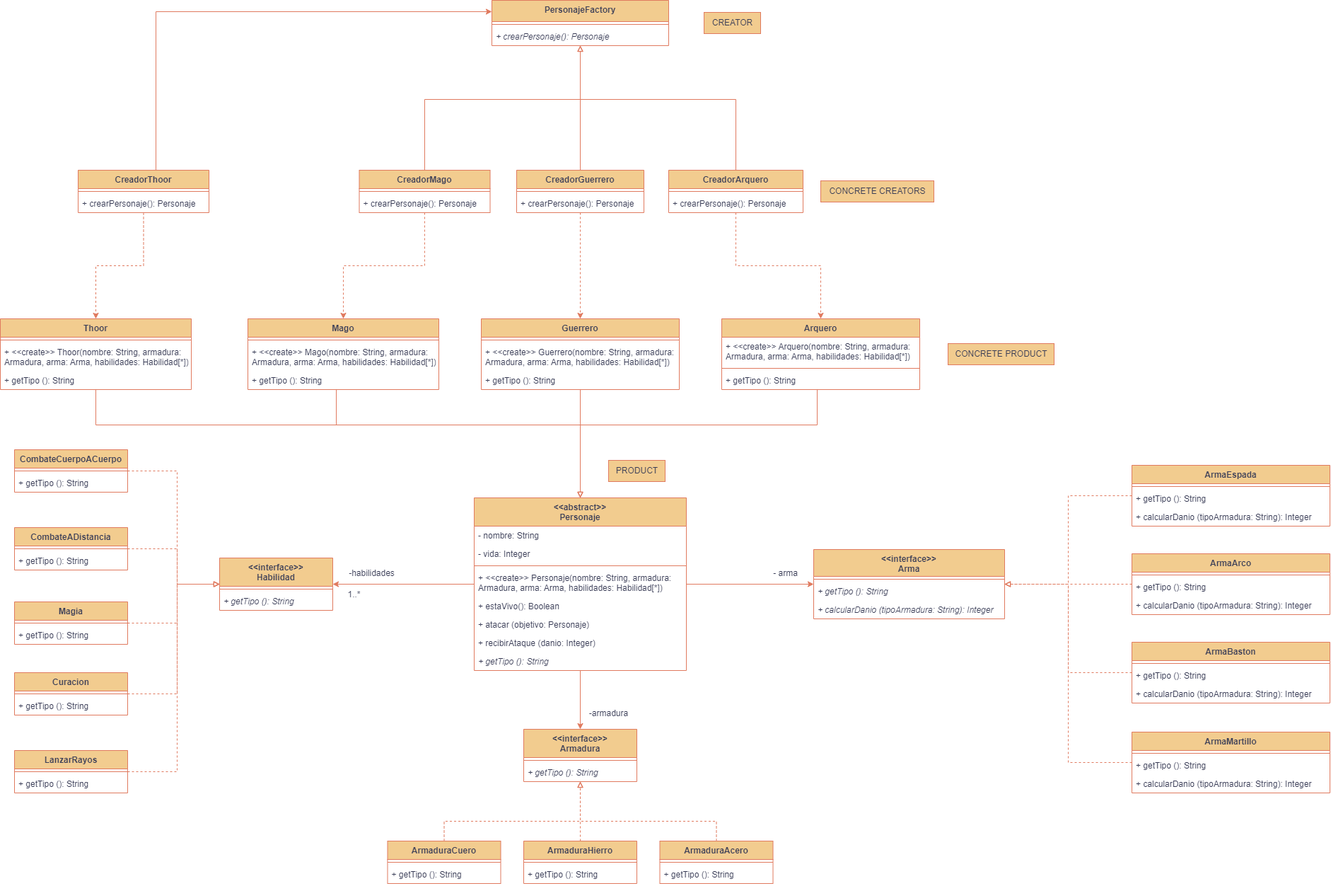
The draw.io diagram PRACTICAS/UML/Punto19b-UML.png in agusrnfr/OO2, before a commit. Source tidied: cells renumbered, new cells last; positions are measured from the earlier drawing's top-left corner, leaving out a move shared by most shapes.
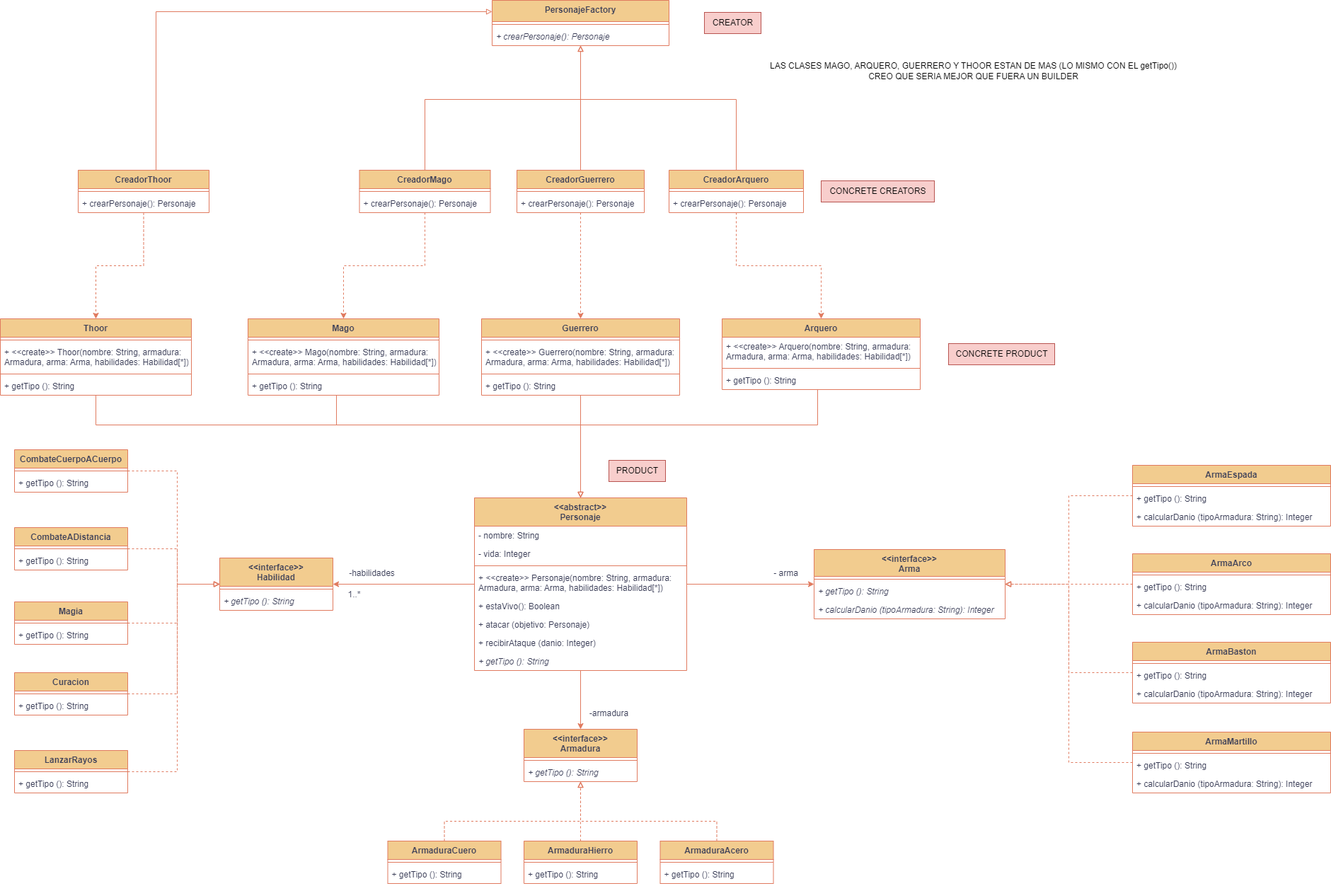
Later version of the same file.

What changed in the source:
```diff
@@ -56,7 +56,7 @@
       </mxGeometry>
     </mxCell>
     <mxCell id="18" value="Mago" style="swimlane;fontStyle=1;align=center;verticalAlign=top;horizontal=1;startSize=26;labelBackgroundColor=none;fillColor=#F2CC8F;strokeColor=#E07A5F;fontColor=#393C56;" parent="1" vertex="1">
-      <mxGeometry x="350" y="450" width="270" height="100" as="geometry" />
+      <mxGeometry x="350" y="450" width="270" height="108" as="geometry" />
     </mxCell>
     <mxCell id="19" style="line;strokeWidth=1;fillColor=none;align=left;verticalAlign=middle;spacingTop=-1;spacingLeft=3;spacingRight=3;labelPosition=right;strokeColor=#E07A5F;labelBackgroundColor=none;fontColor=#393C56;" parent="18" vertex="1">
       <mxGeometry y="26" width="270" height="8" as="geometry" />
@@ -64,14 +64,17 @@
     <mxCell id="20" value="+ &lt;&lt;create&gt;&gt; Mago(nombre: String, armadura: &#10;Armadura, arma: Arma, habilidades: Habilidad[*])" style="text;strokeColor=none;fillColor=none;align=left;verticalAlign=top;spacingLeft=4;spacingRight=4;overflow=hidden;fontStyle=0;labelBackgroundColor=none;fontColor=#393C56;" parent="18" vertex="1">
       <mxGeometry y="34" width="270" height="40" as="geometry" />
     </mxCell>
+    <mxCell id="127" style="line;strokeWidth=1;fillColor=none;align=left;verticalAlign=middle;spacingTop=-1;spacingLeft=3;spacingRight=3;labelPosition=right;strokeColor=#E07A5F;labelBackgroundColor=none;fontColor=#393C56;" parent="18" vertex="1">
+      <mxGeometry y="74" width="270" height="8" as="geometry" />
+    </mxCell>
     <mxCell id="21" value="+ getTipo (): String" style="text;strokeColor=none;fillColor=none;align=left;verticalAlign=top;spacingLeft=4;spacingRight=4;overflow=hidden;fontStyle=0;labelBackgroundColor=none;fontColor=#393C56;" parent="18" vertex="1">
-      <mxGeometry y="74" width="270" height="26" as="geometry" />
+      <mxGeometry y="82" width="270" height="26" as="geometry" />
     </mxCell>
     <mxCell id="22" style="edgeStyle=orthogonalEdgeStyle;rounded=0;jettySize=auto;html=1;endArrow=block;endFill=0;labelBackgroundColor=none;strokeColor=#E07A5F;fontColor=default;" parent="1" edge="1" source="23" target="8">
       <mxGeometry relative="1" as="geometry" />
     </mxCell>
     <mxCell id="23" value="Guerrero" style="swimlane;fontStyle=1;align=center;verticalAlign=top;horizontal=1;startSize=26;labelBackgroundColor=none;fillColor=#F2CC8F;strokeColor=#E07A5F;fontColor=#393C56;" parent="1" vertex="1">
-      <mxGeometry x="680" y="450" width="280" height="100" as="geometry" />
+      <mxGeometry x="680" y="450" width="280" height="108" as="geometry" />
     </mxCell>
     <mxCell id="24" style="line;strokeWidth=1;fillColor=none;align=left;verticalAlign=middle;spacingTop=-1;spacingLeft=3;spacingRight=3;labelPosition=right;strokeColor=#E07A5F;labelBackgroundColor=none;fontColor=#393C56;" parent="23" vertex="1">
       <mxGeometry y="26" width="280" height="8" as="geometry" />
@@ -79,8 +82,11 @@
     <mxCell id="25" value="+ &lt;&lt;create&gt;&gt; Guerrero(nombre: String, armadura: &#10;Armadura, arma: Arma, habilidades: Habilidad[*])" style="text;strokeColor=none;fillColor=none;align=left;verticalAlign=top;spacingLeft=4;spacingRight=4;overflow=hidden;fontStyle=0;labelBackgroundColor=none;fontColor=#393C56;" parent="23" vertex="1">
       <mxGeometry y="34" width="280" height="40" as="geometry" />
     </mxCell>
+    <mxCell id="128" style="line;strokeWidth=1;fillColor=none;align=left;verticalAlign=middle;spacingTop=-1;spacingLeft=3;spacingRight=3;labelPosition=right;strokeColor=#E07A5F;labelBackgroundColor=none;fontColor=#393C56;" parent="23" vertex="1">
+      <mxGeometry y="74" width="280" height="8" as="geometry" />
+    </mxCell>
     <mxCell id="26" value="+ getTipo (): String" style="text;strokeColor=none;fillColor=none;align=left;verticalAlign=top;spacingLeft=4;spacingRight=4;overflow=hidden;fontStyle=0;labelBackgroundColor=none;fontColor=#393C56;" parent="23" vertex="1">
-      <mxGeometry y="74" width="280" height="26" as="geometry" />
+      <mxGeometry y="82" width="280" height="26" as="geometry" />
     </mxCell>
     <mxCell id="27" style="edgeStyle=orthogonalEdgeStyle;rounded=0;jettySize=auto;html=1;entryX=0.5;entryY=0;entryDx=0;entryDy=0;endArrow=block;endFill=0;labelBackgroundColor=none;strokeColor=#E07A5F;fontColor=default;" parent="1" edge="1" source="28" target="8">
       <mxGeometry relative="1" as="geometry">
@@ -368,19 +374,19 @@
     <mxCell id="103" value="+ getTipo (): String" style="text;strokeColor=none;fillColor=none;align=left;verticalAlign=top;spacingLeft=4;spacingRight=4;overflow=hidden;fontStyle=0;labelBackgroundColor=none;fontColor=#393C56;" parent="101" vertex="1">
       <mxGeometry y="34" width="160" height="26" as="geometry" />
     </mxCell>
-    <mxCell id="104" value="CREATOR" style="text;html=1;align=center;verticalAlign=middle;strokeColor=#E07A5F;fillColor=#F2CC8F;labelBackgroundColor=none;fontColor=#393C56;" parent="1" vertex="1">
+    <mxCell id="104" value="CREATOR" style="text;html=1;align=center;verticalAlign=middle;strokeColor=#b85450;fillColor=#f8cecc;labelBackgroundColor=none;" parent="1" vertex="1">
       <mxGeometry x="995" y="17" width="80" height="30" as="geometry" />
     </mxCell>
-    <mxCell id="105" value="CONCRETE CREATORS" style="text;html=1;align=center;verticalAlign=middle;strokeColor=#E07A5F;fillColor=#F2CC8F;labelBackgroundColor=none;fontColor=#393C56;" parent="1" vertex="1">
+    <mxCell id="105" value="CONCRETE CREATORS" style="text;html=1;align=center;verticalAlign=middle;strokeColor=#b85450;fillColor=#f8cecc;labelBackgroundColor=none;" parent="1" vertex="1">
       <mxGeometry x="1160" y="255" width="160" height="30" as="geometry" />
     </mxCell>
-    <mxCell id="106" value="CONCRETE PRODUCT" style="text;html=1;align=center;verticalAlign=middle;strokeColor=#E07A5F;fillColor=#F2CC8F;labelBackgroundColor=none;fontColor=#393C56;" parent="1" vertex="1">
+    <mxCell id="106" value="CONCRETE PRODUCT" style="text;html=1;align=center;verticalAlign=middle;strokeColor=#b85450;fillColor=#f8cecc;labelBackgroundColor=none;" parent="1" vertex="1">
       <mxGeometry x="1340" y="485" width="150" height="30" as="geometry" />
     </mxCell>
-    <mxCell id="107" value="PRODUCT" style="text;html=1;align=center;verticalAlign=middle;strokeColor=#E07A5F;fillColor=#F2CC8F;labelBackgroundColor=none;fontColor=#393C56;" parent="1" vertex="1">
+    <mxCell id="107" value="PRODUCT" style="text;html=1;align=center;verticalAlign=middle;strokeColor=#b85450;fillColor=#f8cecc;labelBackgroundColor=none;" parent="1" vertex="1">
       <mxGeometry x="860" y="650" width="80" height="30" as="geometry" />
     </mxCell>
-    <mxCell id="108" style="edgeStyle=orthogonalEdgeStyle;rounded=0;jettySize=auto;html=1;entryX=0;entryY=0.25;entryDx=0;entryDy=0;labelBackgroundColor=none;strokeColor=#E07A5F;fontColor=default;" parent="1" edge="1" source="110" target="2">
+    <mxCell id="108" style="edgeStyle=orthogonalEdgeStyle;rounded=0;jettySize=auto;html=1;entryX=0;entryY=0.25;entryDx=0;entryDy=0;labelBackgroundColor=none;strokeColor=#E07A5F;fontColor=default;endArrow=block;endFill=0;" parent="1" edge="1" source="110" target="2">
       <mxGeometry relative="1" as="geometry">
         <Array as="points">
           <mxPoint x="220" y="16" />
@@ -408,7 +414,7 @@
       </mxGeometry>
     </mxCell>
     <mxCell id="114" value="Thoor" style="swimlane;fontStyle=1;align=center;verticalAlign=top;horizontal=1;startSize=26;labelBackgroundColor=none;fillColor=#F2CC8F;strokeColor=#E07A5F;fontColor=#393C56;" parent="1" vertex="1">
-      <mxGeometry y="450" width="270" height="100" as="geometry" />
+      <mxGeometry y="450" width="270" height="108" as="geometry" />
     </mxCell>
     <mxCell id="115" style="line;strokeWidth=1;fillColor=none;align=left;verticalAlign=middle;spacingTop=-1;spacingLeft=3;spacingRight=3;labelPosition=right;strokeColor=#E07A5F;labelBackgroundColor=none;fontColor=#393C56;" parent="114" vertex="1">
       <mxGeometry y="26" width="270" height="8" as="geometry" />
@@ -416,8 +422,11 @@
     <mxCell id="116" value="+ &lt;&lt;create&gt;&gt; Thoor(nombre: String, armadura: &#10;Armadura, arma: Arma, habilidades: Habilidad[*])" style="text;strokeColor=none;fillColor=none;align=left;verticalAlign=top;spacingLeft=4;spacingRight=4;overflow=hidden;fontStyle=0;labelBackgroundColor=none;fontColor=#393C56;" parent="114" vertex="1">
       <mxGeometry y="34" width="270" height="40" as="geometry" />
     </mxCell>
+    <mxCell id="129" style="line;strokeWidth=1;fillColor=none;align=left;verticalAlign=middle;spacingTop=-1;spacingLeft=3;spacingRight=3;labelPosition=right;strokeColor=#E07A5F;labelBackgroundColor=none;fontColor=#393C56;" parent="114" vertex="1">
+      <mxGeometry y="74" width="270" height="8" as="geometry" />
+    </mxCell>
     <mxCell id="117" value="+ getTipo (): String" style="text;strokeColor=none;fillColor=none;align=left;verticalAlign=top;spacingLeft=4;spacingRight=4;overflow=hidden;fontStyle=0;labelBackgroundColor=none;fontColor=#393C56;" parent="114" vertex="1">
-      <mxGeometry y="74" width="270" height="26" as="geometry" />
+      <mxGeometry y="82" width="270" height="26" as="geometry" />
     </mxCell>
     <mxCell id="118" style="edgeStyle=orthogonalEdgeStyle;rounded=0;jettySize=auto;html=1;strokeColor=#E07A5F;fontColor=default;endArrow=block;endFill=0;fillColor=#F2CC8F;dashed=1;labelBackgroundColor=none;" parent="1" edge="1" source="119" target="54">
       <mxGeometry relative="1" as="geometry">
@@ -456,5 +465,8 @@
     <mxCell id="126" value="+ calcularDanio (tipoArmadura: String): Integer" style="text;strokeColor=none;fillColor=none;align=left;verticalAlign=top;spacingLeft=4;spacingRight=4;overflow=hidden;fontStyle=0;labelBackgroundColor=none;fontColor=#393C56;" parent="123" vertex="1">
       <mxGeometry y="60" width="280" height="26" as="geometry" />
     </mxCell>
+    <mxCell id="130" value="LAS CLASES MAGO, ARQUERO, GUERRERO Y THOOR ESTAN DE MAS (LO MISMO CON EL getTipo())&lt;br&gt;CREO QUE SERIA MEJOR QUE FUERA UN BUILDER" style="text;html=1;align=center;verticalAlign=middle;strokeColor=none;fillColor=none;" parent="1" vertex="1">
+      <mxGeometry x="1075" y="80" width="600" height="40" as="geometry" />
+    </mxCell>
   </root>
 </mxGraphModel>
```
